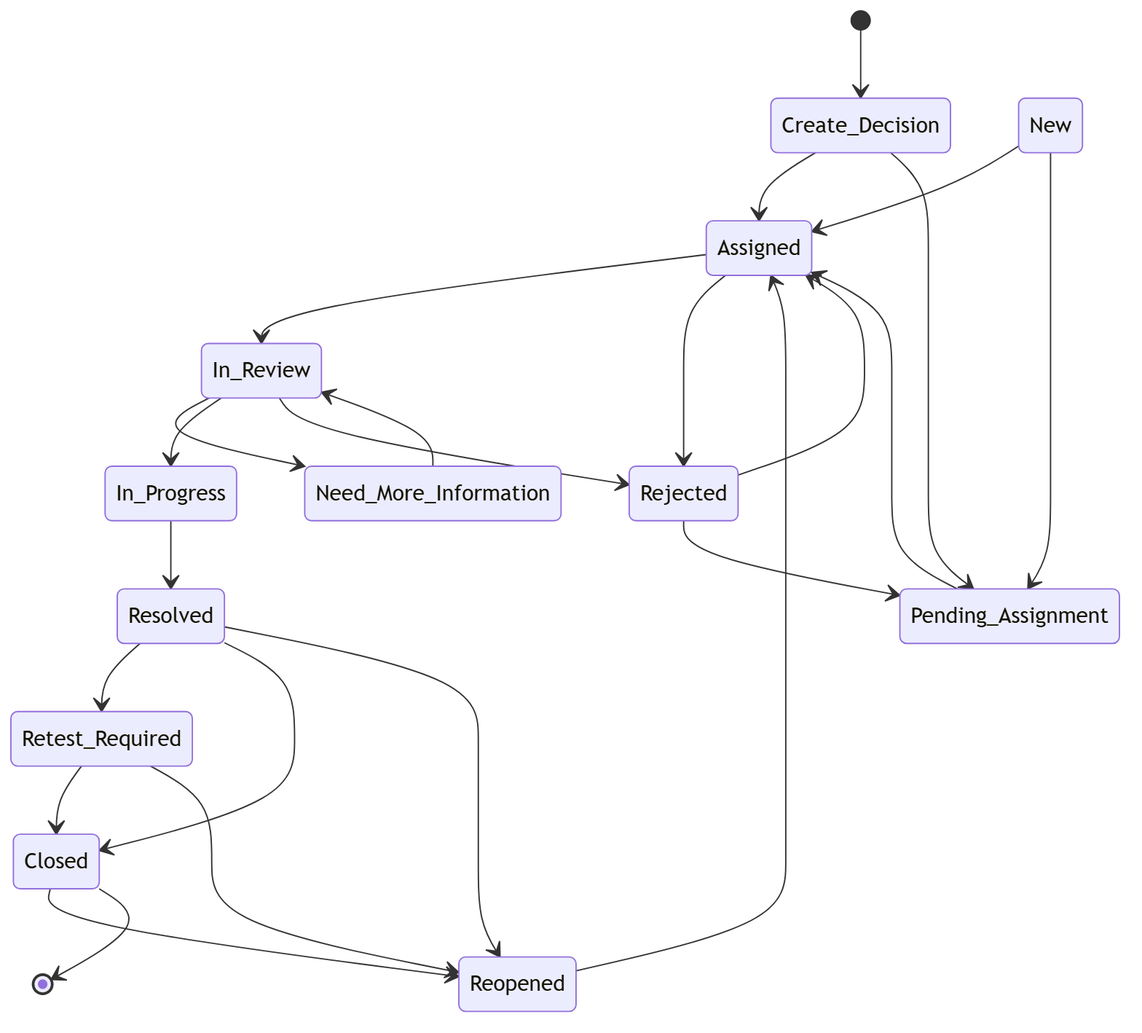
This is docs/diagrams/rendered/png/16-frs-status-lifecycle.png from DarwinDO/IDTS-SAP01, a Mermaid export, as it was before one commit. Its source is kept beside it as docs/diagrams/rendered/source/16-frs-status-lifecycle.mmd.
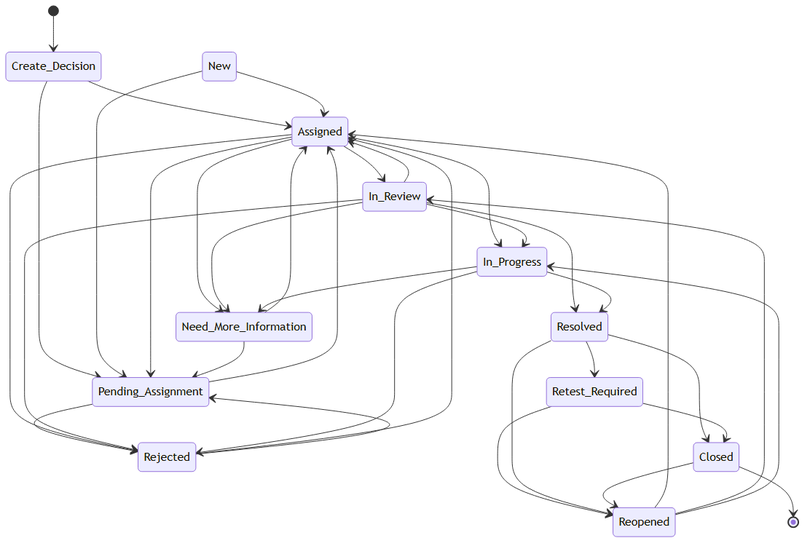
Later version of the same file.

Change to the diagram source:
```diff
@@ -5,13 +5,22 @@
     New --> Assigned
     New --> Pending_Assignment
     Pending_Assignment --> Assigned
+    Pending_Assignment --> Rejected
     Assigned --> In_Review
+    Assigned --> Need_More_Information
+    Assigned --> In_Progress
+    Assigned --> Pending_Assignment
     Assigned --> Rejected
     In_Review --> Need_More_Information
-    Need_More_Information --> In_Review
+    Need_More_Information --> Assigned
+    Need_More_Information --> Pending_Assignment
+    In_Review --> Assigned
     In_Review --> In_Progress
+    In_Review --> Resolved
     In_Review --> Rejected
+    In_Progress --> Need_More_Information
     In_Progress --> Resolved
+    In_Progress --> Rejected
     Resolved --> Retest_Required
     Resolved --> Closed
     Retest_Required --> Closed
@@ -19,6 +28,8 @@
     Resolved --> Reopened
     Closed --> Reopened
     Reopened --> Assigned
+    Reopened --> In_Review
+    Reopened --> In_Progress
     Rejected --> Assigned
     Rejected --> Pending_Assignment
     Closed --> [*]
```
